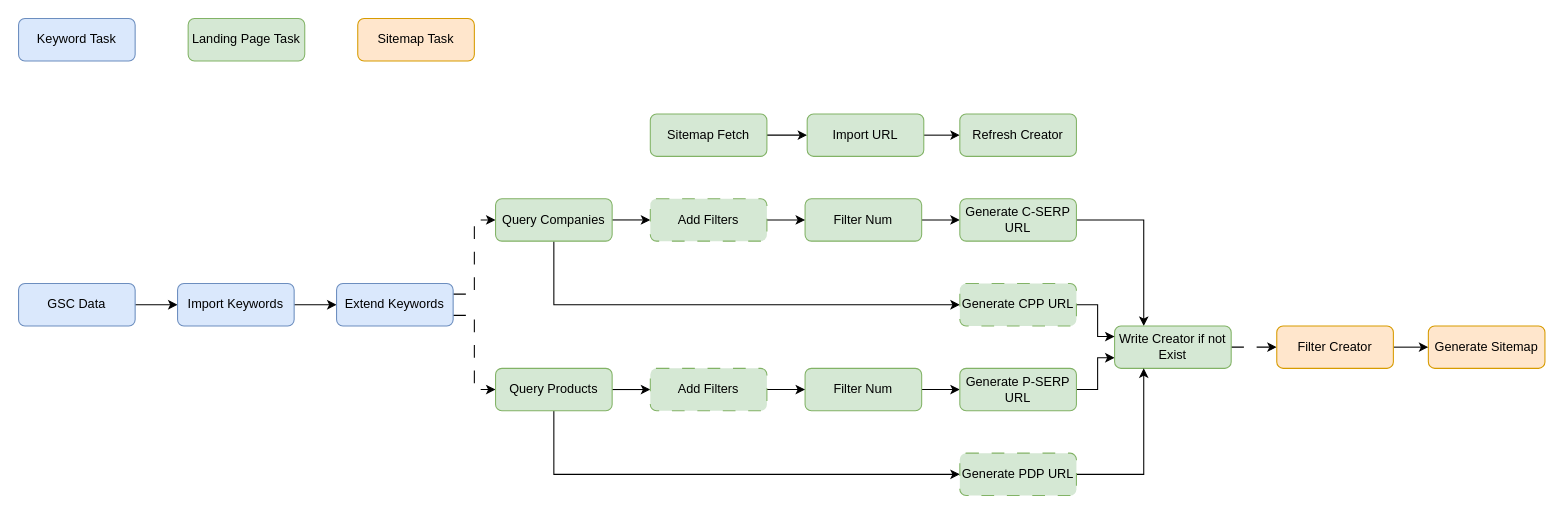
This is drawio/ep_sitemap.drawio from VisableHarry/seo-drawio, a draw.io file, before an edit. Source tidied: cells renumbered, new cells numbered last; positions are measured from the earlier drawing's top-left corner, leaving out a move shared by most shapes. Both pictures are drawn from the tidied source at 106%, with x=0, y=0 at pixel (18, 18).
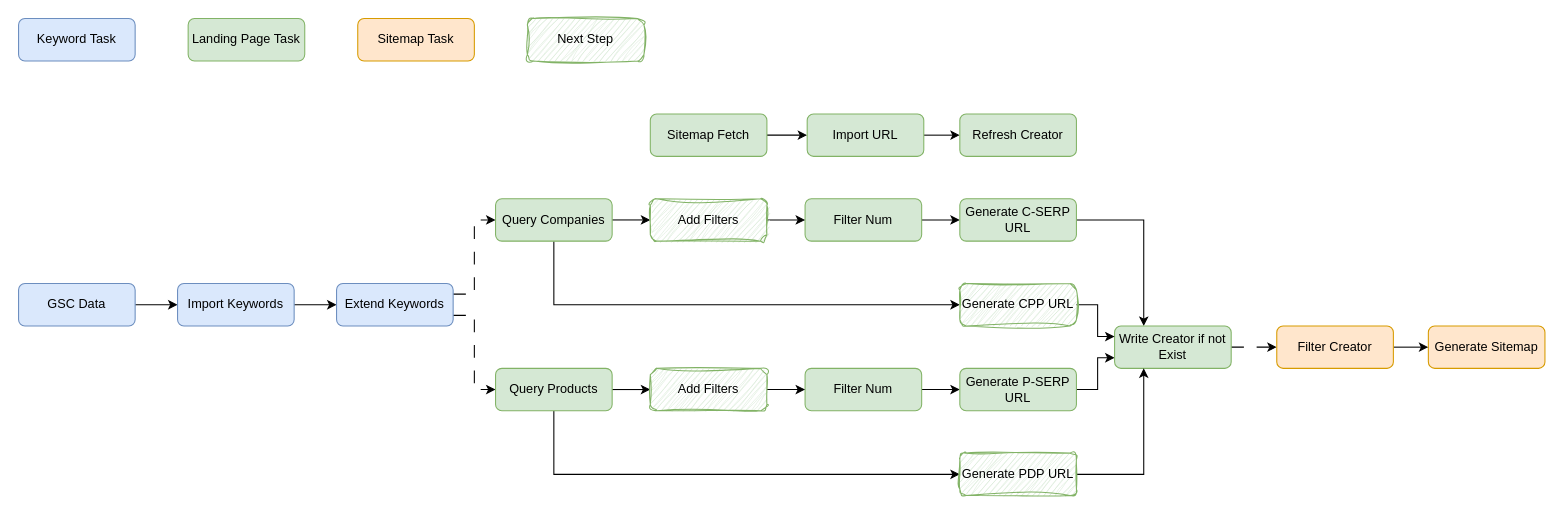
Above is the later version.

What changed in the source:
```diff
@@
-    <mxCell id="29" value="Add Filters" style="rounded=1;whiteSpace=wrap;html=1;fillColor=#d5e8d4;strokeColor=#82b366;dashed=1;dashPattern=12 12;" parent="1" vertex="1">
+    <mxCell id="29" value="Add Filters" style="rounded=1;whiteSpace=wrap;html=1;fillColor=#d5e8d4;strokeColor=#82b366;sketch=1;curveFitting=1;jiggle=2;" parent="1" vertex="1">
       <mxGeometry x="596" y="330" width="110" height="40" as="geometry" />
     </mxCell>
@@
-    <mxCell id="31" value="Add Filters" style="rounded=1;whiteSpace=wrap;html=1;fillColor=#d5e8d4;strokeColor=#82b366;dashed=1;dashPattern=12 12;" parent="1" vertex="1">
+    <mxCell id="31" value="Add Filters" style="rounded=1;whiteSpace=wrap;html=1;fillColor=#d5e8d4;strokeColor=#82b366;sketch=1;curveFitting=1;jiggle=2;gradientColor=none;" parent="1" vertex="1">
       <mxGeometry x="596" y="170" width="110" height="40" as="geometry" />
     </mxCell>
@@
-    <mxCell id="33" value="Generate CPP URL" style="rounded=1;whiteSpace=wrap;html=1;fillColor=#d5e8d4;strokeColor=#82b366;dashed=1;dashPattern=12 12;" parent="1" vertex="1">
+    <mxCell id="33" value="Generate CPP URL" style="rounded=1;whiteSpace=wrap;html=1;fillColor=#d5e8d4;strokeColor=#82b366;sketch=1;curveFitting=1;jiggle=2;" parent="1" vertex="1">
       <mxGeometry x="888" y="250" width="110" height="40" as="geometry" />
     </mxCell>
@@
-    <mxCell id="35" value="Generate PDP URL" style="rounded=1;whiteSpace=wrap;html=1;fillColor=#d5e8d4;strokeColor=#82b366;dashed=1;dashPattern=12 12;" parent="1" vertex="1">
+    <mxCell id="35" value="Generate PDP URL" style="rounded=1;whiteSpace=wrap;html=1;fillColor=#d5e8d4;strokeColor=#82b366;sketch=1;curveFitting=1;jiggle=2;" parent="1" vertex="1">
       <mxGeometry x="888" y="410" width="110" height="40" as="geometry" />
     </mxCell>
@@
+    <mxCell id="44" value="Next Step" style="rounded=1;whiteSpace=wrap;html=1;fillColor=#d5e8d4;strokeColor=#82b366;sketch=1;curveFitting=1;jiggle=2;" parent="1" vertex="1">
+      <mxGeometry x="480" width="110" height="40" as="geometry" />
+    </mxCell>
```
